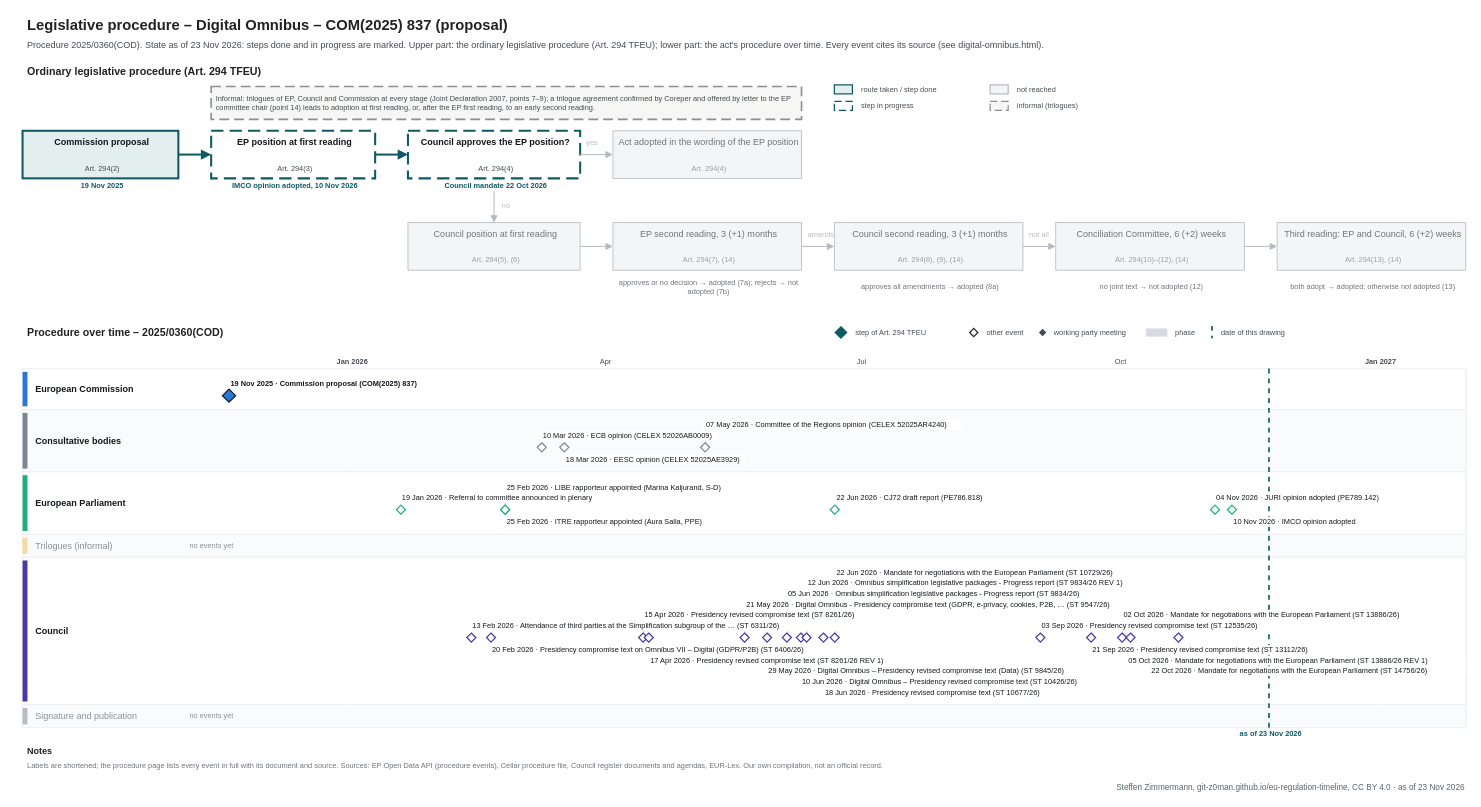
Above: procedures/digital-omnibus.drawio in git-z0man/eu-regulation-timeline (draw.io), before the change. Source tidied: cells renumbered, new cells numbered last; positions are measured from the earlier drawing's top-left corner, leaving out a move shared by most shapes. Both pictures are drawn from the tidied source at 82%, with x=0, y=0 at pixel (14, 14).
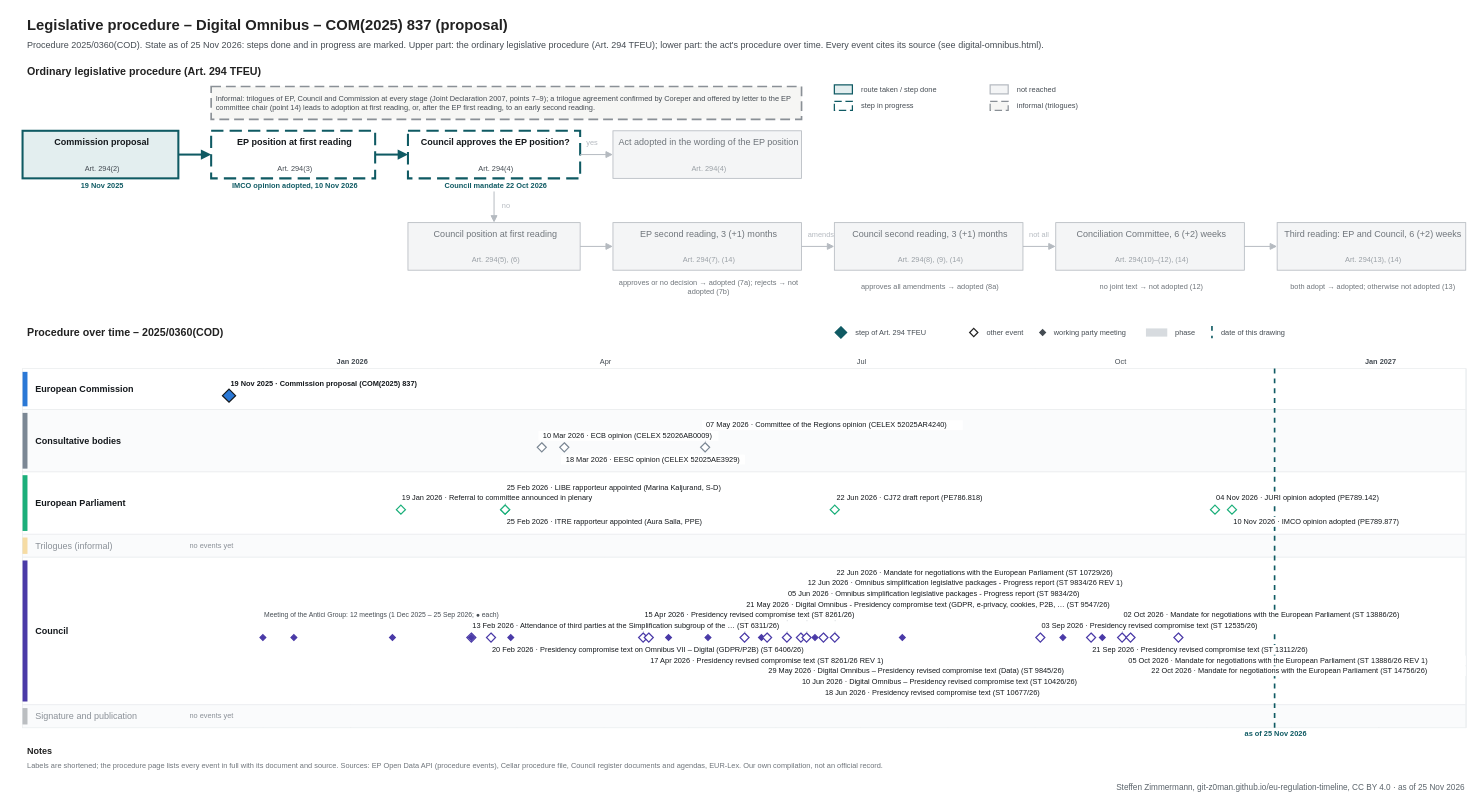
After the change.

Change to the diagram source:
```diff
@@
-    <mxCell id="3" value="Procedure 2025/0360(COD). State as of 23 Nov 2026: steps done and in progress are marked. Upper part: the ordinary legislative procedure (Art. 294 TFEU); lower part: the act's procedure over time. Every event cites its source (see digital-omnibus.html)." style="text;html=1;fontSize=11;fontColor=#454c53;align=left;verticalAlign=middle;spacingLeft=4;" parent="1" vertex="1">
+    <mxCell id="3" value="Procedure 2025/0360(COD). State as of 25 Nov 2026: steps done and in progress are marked. Upper part: the ordinary legislative procedure (Art. 294 TFEU); lower part: the act's procedure over time. Every event cites its source (see digital-omnibus.html)." style="text;html=1;fontSize=11;fontColor=#454c53;align=left;verticalAlign=middle;spacingLeft=4;" parent="1" vertex="1">
       <mxGeometry x="10" y="28" width="1700" height="18" as="geometry" />
     </mxCell>
@@
     <mxCell id="113" style="line;html=1;strokeWidth=2;strokeColor=#0f5a63;direction=south;dashed=1;" parent="1" vertex="1">
-      <mxGeometry x="1529.5" y="432" width="1" height="438" as="geometry" />
+      <mxGeometry x="1536.4" y="432" width="1" height="438" as="geometry" />
     </mxCell>
-    <mxCell id="114" value="as of 23 Nov 2026" style="text;html=1;fontSize=9;fontColor=#0f5a63;align=center;verticalAlign=middle;spacingLeft=4;fontStyle=1;" parent="1" vertex="1">
-      <mxGeometry x="1469.5" y="871" width="120" height="12" as="geometry" />
+    <mxCell id="114" value="as of 25 Nov 2026" style="text;html=1;fontSize=9;fontColor=#0f5a63;align=center;verticalAlign=middle;spacingLeft=4;fontStyle=1;" parent="1" vertex="1">
+      <mxGeometry x="1476.4" y="871" width="120" height="12" as="geometry" />
     </mxCell>
@@
-    <mxCell id="130" value="10 Nov 2026 · IMCO opinion adopted" style="text;html=1;fontSize=9;fontColor=#14181c;align=left;verticalAlign=middle;spacingLeft=4;fillColor=#ffffff;" parent="1" vertex="1">
-      <mxGeometry x="1480.9" y="613" width="167.8" height="12" as="geometry" />
+    <mxCell id="130" value="10 Nov 2026 · IMCO opinion adopted (PE789.877)" style="text;html=1;fontSize=9;fontColor=#14181c;align=left;verticalAlign=middle;spacingLeft=4;fillColor=#ffffff;" parent="1" vertex="1">
+      <mxGeometry x="1480.9" y="613" width="224.2" height="12" as="geometry" />
     </mxCell>
@@
-    <mxCell id="165" style="rhombus;fillColor=#ffffff;strokeColor=#4a3aa7;strokeWidth=1.5;" parent="1" vertex="1">
-      <mxGeometry x="551.8" y="754.5" width="11" height="11" as="geometry" />
+    <mxCell id="165" value="Meeting of the Antici Group: 12 meetings (1 Dec 2025 – 25 Sep 2026; ● each)" style="text;html=1;fontSize=8.3;fontColor=#454c53;align=left;verticalAlign=middle;spacingLeft=4;" parent="1" vertex="1">
+      <mxGeometry x="299.1" y="727" width="332.3" height="12" as="geometry" />
     </mxCell>
-    <mxCell id="166" style="rhombus;fillColor=#ffffff;strokeColor=#4a3aa7;strokeWidth=1.5;" parent="1" vertex="1">
-      <mxGeometry x="575.8" y="754.5" width="11" height="11" as="geometry" />
+    <mxCell id="166" style="rhombus;fillColor=#4a3aa7;strokeColor=#4a3aa7;strokeWidth=1.5;" parent="1" vertex="1">
+      <mxGeometry x="299.6" y="756.5" width="7" height="7" as="geometry" />
     </mxCell>
-    <mxCell id="167" style="rhombus;fillColor=#ffffff;strokeColor=#4a3aa7;strokeWidth=1.5;" parent="1" vertex="1">
-      <mxGeometry x="761.3" y="754.5" width="11" height="11" as="geometry" />
+    <mxCell id="167" style="rhombus;fillColor=#4a3aa7;strokeColor=#4a3aa7;strokeWidth=1.5;" parent="1" vertex="1">
+      <mxGeometry x="337.4" y="756.5" width="7" height="7" as="geometry" />
     </mxCell>
-    <mxCell id="168" style="rhombus;fillColor=#ffffff;strokeColor=#4a3aa7;strokeWidth=1.5;" parent="1" vertex="1">
-      <mxGeometry x="768.2" y="754.5" width="11" height="11" as="geometry" />
+    <mxCell id="168" style="rhombus;fillColor=#4a3aa7;strokeColor=#4a3aa7;strokeWidth=1.5;" parent="1" vertex="1">
+      <mxGeometry x="457.6" y="756.5" width="7" height="7" as="geometry" />
     </mxCell>
     <mxCell id="169" style="rhombus;fillColor=#ffffff;strokeColor=#4a3aa7;strokeWidth=1.5;" parent="1" vertex="1">
-      <mxGeometry x="885" y="754.5" width="11" height="11" as="geometry" />
+      <mxGeometry x="551.8" y="754.5" width="11" height="11" as="geometry" />
     </mxCell>
-    <mxCell id="170" style="rhombus;fillColor=#ffffff;strokeColor=#4a3aa7;strokeWidth=1.5;" parent="1" vertex="1">
-      <mxGeometry x="912.5" y="754.5" width="11" height="11" as="geometry" />
+    <mxCell id="170" style="rhombus;fillColor=#4a3aa7;strokeColor=#4a3aa7;strokeWidth=1.5;" parent="1" vertex="1">
+      <mxGeometry x="553.8" y="756.5" width="7" height="7" as="geometry" />
     </mxCell>
     <mxCell id="171" style="rhombus;fillColor=#ffffff;strokeColor=#4a3aa7;strokeWidth=1.5;" parent="1" vertex="1">
-      <mxGeometry x="936.6" y="754.5" width="11" height="11" as="geometry" />
+      <mxGeometry x="575.8" y="754.5" width="11" height="11" as="geometry" />
     </mxCell>
-    <mxCell id="172" style="rhombus;fillColor=#ffffff;strokeColor=#4a3aa7;strokeWidth=1.5;" parent="1" vertex="1">
-      <mxGeometry x="953.7" y="754.5" width="11" height="11" as="geometry" />
+    <mxCell id="172" style="rhombus;fillColor=#4a3aa7;strokeColor=#4a3aa7;strokeWidth=1.5;" parent="1" vertex="1">
+      <mxGeometry x="601.9" y="756.5" width="7" height="7" as="geometry" />
     </mxCell>
     <mxCell id="173" style="rhombus;fillColor=#ffffff;strokeColor=#4a3aa7;strokeWidth=1.5;" parent="1" vertex="1">
-      <mxGeometry x="960.6" y="754.5" width="11" height="11" as="geometry" />
+      <mxGeometry x="761.3" y="754.5" width="11" height="11" as="geometry" />
     </mxCell>
     <mxCell id="174" style="rhombus;fillColor=#ffffff;strokeColor=#4a3aa7;strokeWidth=1.5;" parent="1" vertex="1">
-      <mxGeometry x="981.2" y="754.5" width="11" height="11" as="geometry" />
+      <mxGeometry x="768.2" y="754.5" width="11" height="11" as="geometry" />
     </mxCell>
-    <mxCell id="175" style="rhombus;fillColor=#ffffff;strokeColor=#4a3aa7;strokeWidth=1.5;" parent="1" vertex="1">
-      <mxGeometry x="995" y="754.5" width="11" height="11" as="geometry" />
+    <mxCell id="175" style="rhombus;fillColor=#4a3aa7;strokeColor=#4a3aa7;strokeWidth=1.5;" parent="1" vertex="1">
+      <mxGeometry x="794.3" y="756.5" width="7" height="7" as="geometry" />
     </mxCell>
-    <mxCell id="176" style="rhombus;fillColor=#ffffff;strokeColor=#4a3aa7;strokeWidth=1.5;" parent="1" vertex="1">
-      <mxGeometry x="1245.7" y="754.5" width="11" height="11" as="geometry" />
+    <mxCell id="176" style="rhombus;fillColor=#4a3aa7;strokeColor=#4a3aa7;strokeWidth=1.5;" parent="1" vertex="1">
+      <mxGeometry x="842.4" y="756.5" width="7" height="7" as="geometry" />
     </mxCell>
     <mxCell id="177" style="rhombus;fillColor=#ffffff;strokeColor=#4a3aa7;strokeWidth=1.5;" parent="1" vertex="1">
-      <mxGeometry x="1307.6" y="754.5" width="11" height="11" as="geometry" />
+      <mxGeometry x="885" y="754.5" width="11" height="11" as="geometry" />
     </mxCell>
-    <mxCell id="178" style="rhombus;fillColor=#ffffff;strokeColor=#4a3aa7;strokeWidth=1.5;" parent="1" vertex="1">
-      <mxGeometry x="1345.4" y="754.5" width="11" height="11" as="geometry" />
+    <mxCell id="178" style="rhombus;fillColor=#4a3aa7;strokeColor=#4a3aa7;strokeWidth=1.5;" parent="1" vertex="1">
+      <mxGeometry x="907.6" y="756.5" width="7" height="7" as="geometry" />
     </mxCell>
     <mxCell id="179" style="rhombus;fillColor=#ffffff;strokeColor=#4a3aa7;strokeWidth=1.5;" parent="1" vertex="1">
-      <mxGeometry x="1355.7" y="754.5" width="11" height="11" as="geometry" />
+      <mxGeometry x="912.5" y="754.5" width="11" height="11" as="geometry" />
     </mxCell>
     <mxCell id="180" style="rhombus;fillColor=#ffffff;strokeColor=#4a3aa7;strokeWidth=1.5;" parent="1" vertex="1">
-      <mxGeometry x="1414.1" y="754.5" width="11" height="11" as="geometry" />
+      <mxGeometry x="936.6" y="754.5" width="11" height="11" as="geometry" />
     </mxCell>
-    <mxCell id="181" value="Notes" style="text;html=1;fontSize=11;fontColor=#222222;align=left;verticalAlign=middle;spacingLeft=4;fontStyle=1;" parent="1" vertex="1">
-      <mxGeometry x="10" y="890" width="200" height="16" as="geometry" />
+    <mxCell id="181" style="rhombus;fillColor=#ffffff;strokeColor=#4a3aa7;strokeWidth=1.5;" parent="1" vertex="1">
+      <mxGeometry x="953.7" y="754.5" width="11" height="11" as="geometry" />
     </mxCell>
-    <mxCell id="182" value="Labels are shortened; the procedure page lists every event in full with its document and source. Sources: EP Open Data API (procedure events), Cellar procedure file, Council register documents and agendas, EUR-Lex. Our own compilation, not an official record." style="text;html=1;fontSize=9;fontColor=#6f757b;align=left;verticalAlign=middle;spacingLeft=4;" parent="1" vertex="1">
-      <mxGeometry x="10" y="908" width="1760" height="16" as="geometry" />
+    <mxCell id="182" style="rhombus;fillColor=#ffffff;strokeColor=#4a3aa7;strokeWidth=1.5;" parent="1" vertex="1">
+      <mxGeometry x="960.6" y="754.5" width="11" height="11" as="geometry" />
     </mxCell>
-    <mxCell id="183" value="Steffen Zimmermann, git-z0man.github.io/eu-regulation-timeline, CC BY 4.0 · as of 23 Nov 2026" style="text;html=1;fontSize=10;fontColor=#5b646b;align=right;verticalAlign=middle;spacingLeft=4;" parent="1" vertex="1">
-      <mxGeometry x="10" y="934" width="1760" height="16" as="geometry" />
+    <mxCell id="183" style="rhombus;fillColor=#4a3aa7;strokeColor=#4a3aa7;strokeWidth=1.5;" parent="1" vertex="1">
+      <mxGeometry x="972.9" y="756.5" width="7" height="7" as="geometry" />
     </mxCell>
+    <mxCell id="184" style="rhombus;fillColor=#ffffff;strokeColor=#4a3aa7;strokeWidth=1.5;" parent="1" vertex="1">
+      <mxGeometry x="981.2" y="754.5" width="11" height="11" as="geometry" />
+    </mxCell>
+    <mxCell id="185" style="rhombus;fillColor=#ffffff;strokeColor=#4a3aa7;strokeWidth=1.5;" parent="1" vertex="1">
+      <mxGeometry x="995" y="754.5" width="11" height="11" as="geometry" />
+    </mxCell>
+    <mxCell id="186" style="rhombus;fillColor=#4a3aa7;strokeColor=#4a3aa7;strokeWidth=1.5;" parent="1" vertex="1">
+      <mxGeometry x="1079.4" y="756.5" width="7" height="7" as="geometry" />
+    </mxCell>
+    <mxCell id="187" style="rhombus;fillColor=#ffffff;strokeColor=#4a3aa7;strokeWidth=1.5;" parent="1" vertex="1">
+      <mxGeometry x="1245.7" y="754.5" width="11" height="11" as="geometry" />
+    </mxCell>
+    <mxCell id="188" style="rhombus;fillColor=#4a3aa7;strokeColor=#4a3aa7;strokeWidth=1.5;" parent="1" vertex="1">
+      <mxGeometry x="1275.2" y="756.5" width="7" height="7" as="geometry" />
+    </mxCell>
+    <mxCell id="189" style="rhombus;fillColor=#ffffff;strokeColor=#4a3aa7;strokeWidth=1.5;" parent="1" vertex="1">
+      <mxGeometry x="1307.6" y="754.5" width="11" height="11" as="geometry" />
+    </mxCell>
+    <mxCell id="190" style="rhombus;fillColor=#4a3aa7;strokeColor=#4a3aa7;strokeWidth=1.5;" parent="1" vertex="1">
+      <mxGeometry x="1323.3" y="756.5" width="7" height="7" as="geometry" />
+    </mxCell>
+    <mxCell id="191" style="rhombus;fillColor=#ffffff;strokeColor=#4a3aa7;strokeWidth=1.5;" parent="1" vertex="1">
+      <mxGeometry x="1345.4" y="754.5" width="11" height="11" as="geometry" />
+    </mxCell>
+    <mxCell id="192" style="rhombus;fillColor=#ffffff;strokeColor=#4a3aa7;strokeWidth=1.5;" parent="1" vertex="1">
+      <mxGeometry x="1355.7" y="754.5" width="11" height="11" as="geometry" />
+    </mxCell>
+    <mxCell id="193" style="rhombus;fillColor=#ffffff;strokeColor=#4a3aa7;strokeWidth=1.5;" parent="1" vertex="1">
+      <mxGeometry x="1414.1" y="754.5" width="11" height="11" as="geometry" />
+    </mxCell>
+    <mxCell id="194" value="Notes" style="text;html=1;fontSize=11;fontColor=#222222;align=left;verticalAlign=middle;spacingLeft=4;fontStyle=1;" parent="1" vertex="1">
+      <mxGeometry x="10" y="890" width="200" height="16" as="geometry" />
+    </mxCell>
+    <mxCell id="195" value="Labels are shortened; the procedure page lists every event in full with its document and source. Sources: EP Open Data API (procedure events), Cellar procedure file, Council register documents and agendas, EUR-Lex. Our own compilation, not an official record." style="text;html=1;fontSize=9;fontColor=#6f757b;align=left;verticalAlign=middle;spacingLeft=4;" parent="1" vertex="1">
+      <mxGeometry x="10" y="908" width="1760" height="16" as="geometry" />
+    </mxCell>
+    <mxCell id="196" value="Steffen Zimmermann, git-z0man.github.io/eu-regulation-timeline, CC BY 4.0 · as of 25 Nov 2026" style="text;html=1;fontSize=10;fontColor=#5b646b;align=right;verticalAlign=middle;spacingLeft=4;" parent="1" vertex="1">
+      <mxGeometry x="10" y="934" width="1760" height="16" as="geometry" />
+    </mxCell>
```
